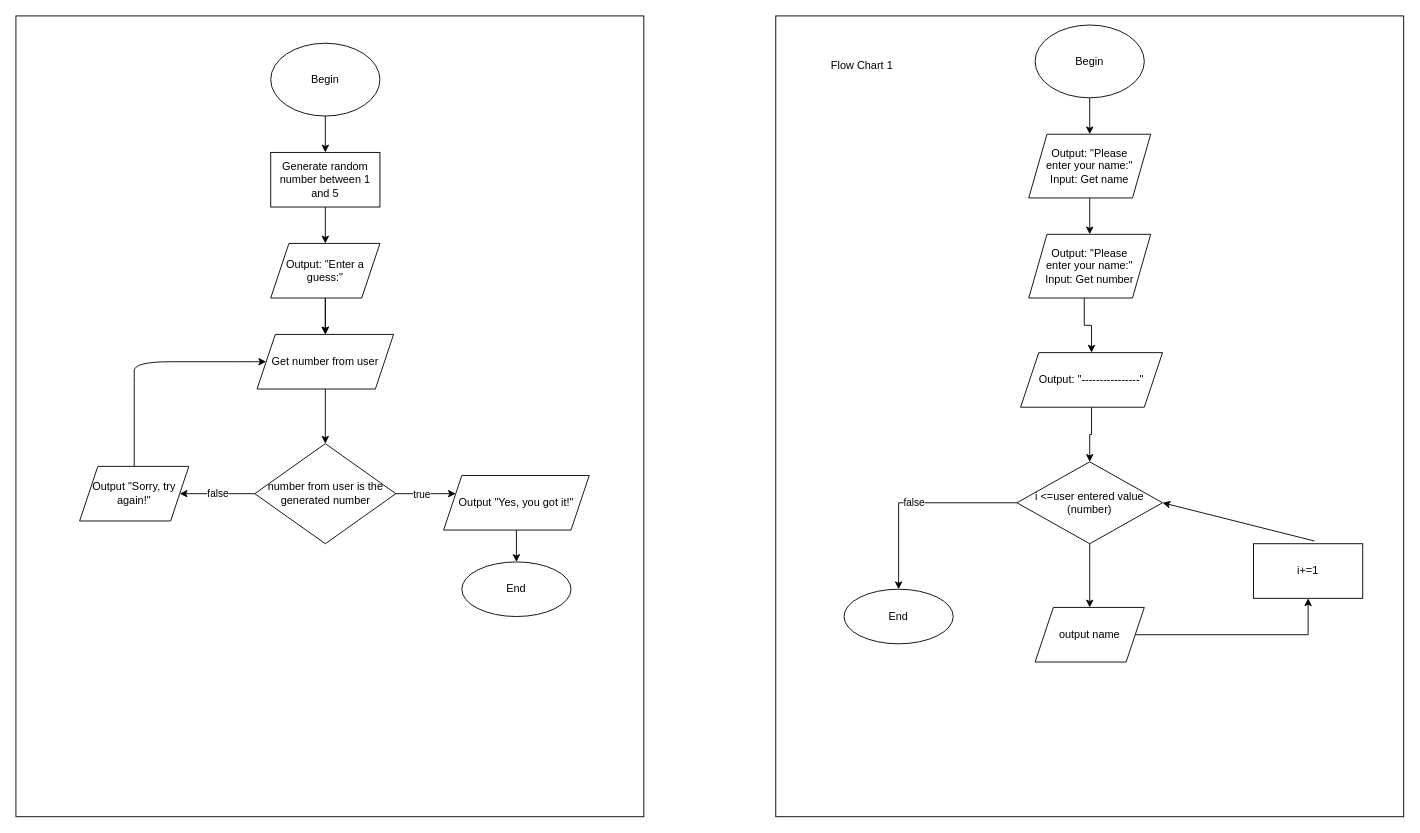
Before: assignmentThirteenAnwar/assignmentThirteen.drawio in mh-anwar/ICS3U1, a draw.io diagram. Source tidied: cells renumbered, new cells numbered last; positions are measured from the earlier drawing's top-left corner, leaving out a move shared by most shapes. Both pictures are drawn from the tidied source at 91%, with x=0, y=0 at pixel (15, 15).
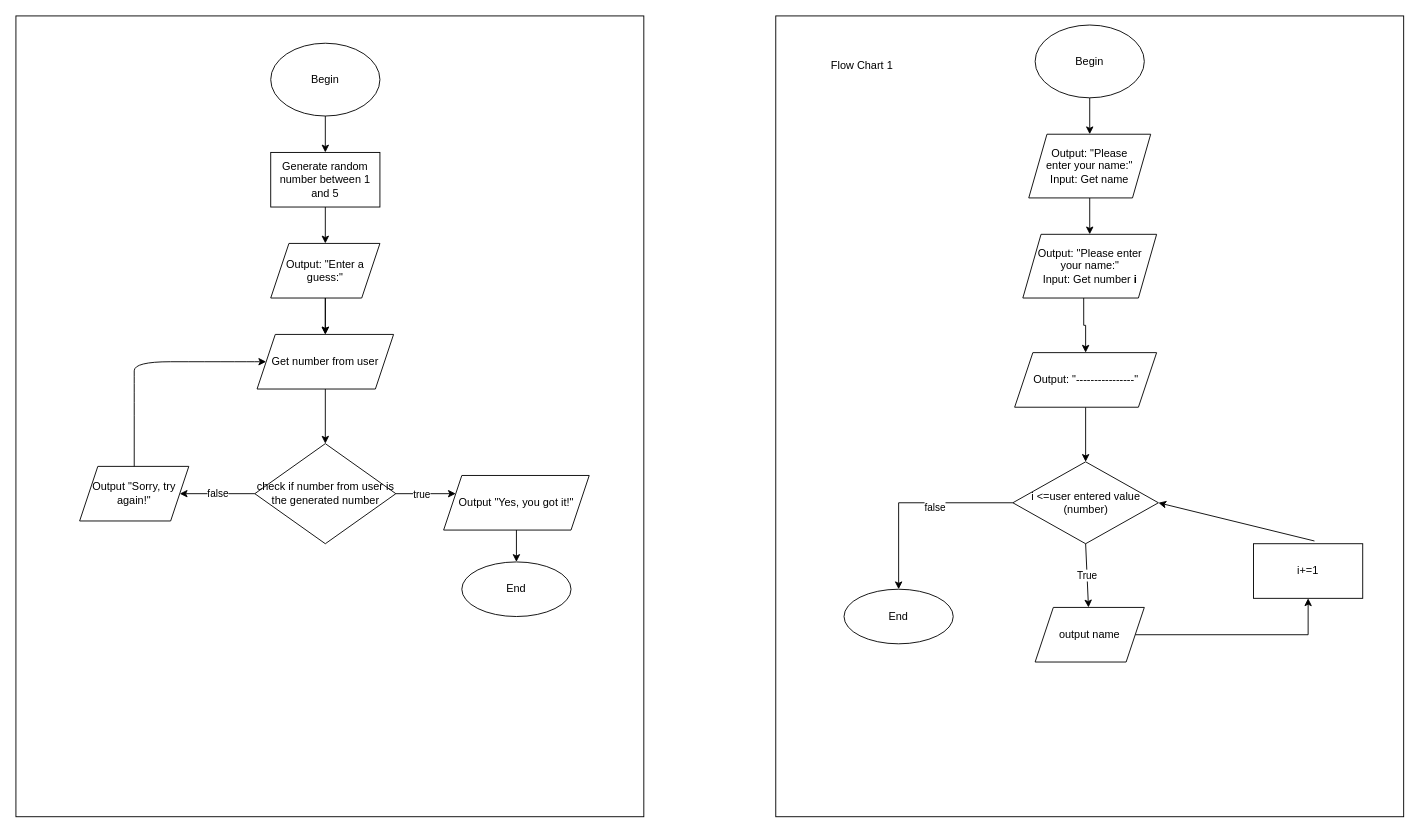
Above is the later version.

Unchanged cells that the change refers to:
```xml
<mxCell id="11" value="output name" style="shape=parallelogram;perimeter=parallelogramPerimeter;whiteSpace=wrap;html=1;fixedSize=1;" parent="1" vertex="1">
  <mxGeometry x="1120" y="650" width="120" height="60" as="geometry" />
</mxCell>
<mxCell id="15" value="End" style="ellipse;whiteSpace=wrap;html=1;" parent="1" vertex="1">
  <mxGeometry x="910" y="630" width="120" height="60" as="geometry" />
</mxCell>
```

Change to the diagram source:
```diff
@@
     <mxCell id="8" value="false" style="edgeStyle=orthogonalEdgeStyle;rounded=0;jettySize=auto;html=1;" parent="1" edge="1" source="9" target="15">
-      <mxGeometry relative="1" as="geometry" />
+      <mxGeometry x="-0.22" y="5" relative="1" as="geometry" />
     </mxCell>
     <mxCell id="9" value="i &amp;lt;=user entered value (number)" style="rhombus;whiteSpace=wrap;html=1;" parent="1" vertex="1">
-      <mxGeometry x="1100" y="490" width="160" height="90" as="geometry" />
+      <mxGeometry x="1095.5" y="490" width="160" height="90" as="geometry" />
     </mxCell>
@@
-    <mxCell id="12" style="endArrow=classic;html=1;rounded=0;exitX=0.5;exitY=1;exitDx=0;exitDy=0;" parent="1" edge="1" source="9" target="11">
+    <mxCell id="12" value="True" style="endArrow=classic;html=1;rounded=0;exitX=0.5;exitY=1;exitDx=0;exitDy=0;" parent="1" edge="1" source="9" target="11">
       <mxGeometry relative="1" as="geometry" />
     </mxCell>
@@
-    <mxCell id="26" value="number from user is the generated number" style="rhombus;whiteSpace=wrap;html=1;" parent="1" vertex="1">
+    <mxCell id="26" value="check if number from user is the generated number" style="rhombus;whiteSpace=wrap;html=1;" parent="1" vertex="1">
       <mxGeometry x="262.5" y="470" width="155" height="110" as="geometry" />
     </mxCell>
@@
-    <mxCell id="34" value="Output: &quot;Please enter your name:&quot;&lt;br&gt;Input: Get number" style="shape=parallelogram;perimeter=parallelogramPerimeter;whiteSpace=wrap;html=1;fixedSize=1;spacingTop=10;spacingBottom=10;spacingRight=10;spacingLeft=10;" parent="1" vertex="1">
-      <mxGeometry x="1113" y="240" width="134" height="70" as="geometry" />
+    <mxCell id="34" value="Output: &quot;Please enter your name:&quot;&lt;br&gt;Input: Get number &lt;b&gt;i&lt;/b&gt;" style="shape=parallelogram;perimeter=parallelogramPerimeter;whiteSpace=wrap;html=1;fixedSize=1;spacingTop=10;spacingBottom=10;spacingRight=10;spacingLeft=10;" parent="1" vertex="1">
+      <mxGeometry x="1106.5" y="240" width="147" height="70" as="geometry" />
     </mxCell>
     <mxCell id="35" value="Output: &quot;----------------&quot;" style="shape=parallelogram;perimeter=parallelogramPerimeter;whiteSpace=wrap;html=1;fixedSize=1;" parent="1" vertex="1">
-      <mxGeometry x="1104" y="370" width="156" height="60" as="geometry" />
+      <mxGeometry x="1097.5" y="370" width="156" height="60" as="geometry" />
     </mxCell>
```
